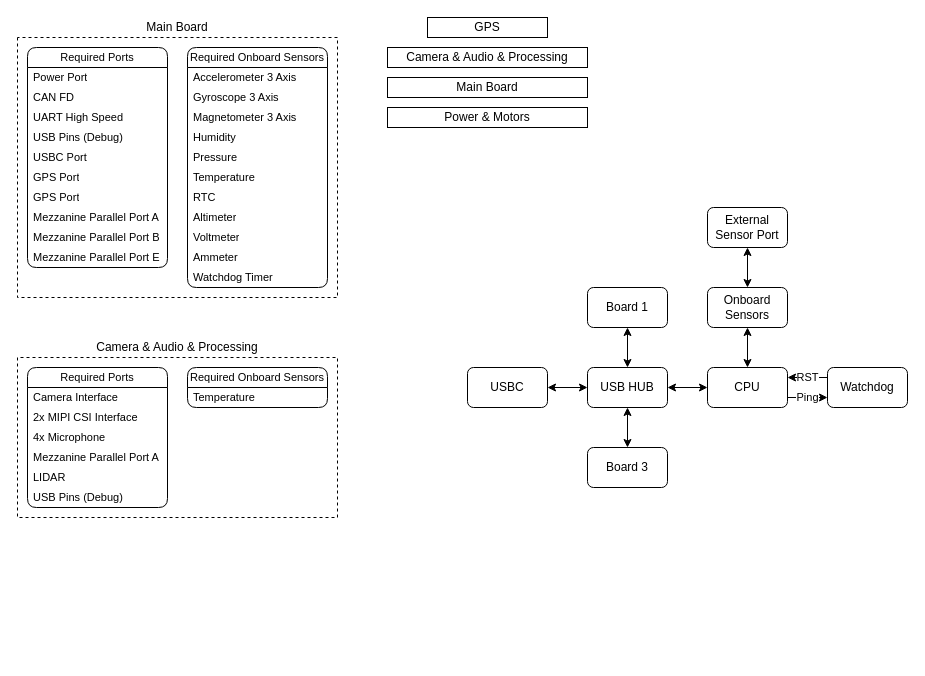
Above: page "Brainstorm" (2 of 2) of Documents/Diagram.drawio in Ornithopter-Project/Bird-Brain (draw.io), before the change. Source tidied: cells renumbered, new cells numbered last; positions are measured from the earlier drawing's top-left corner, leaving out a move shared by most shapes. Both pictures are drawn from the tidied source at 100%, with x=0, y=0 at pixel (17, 17).
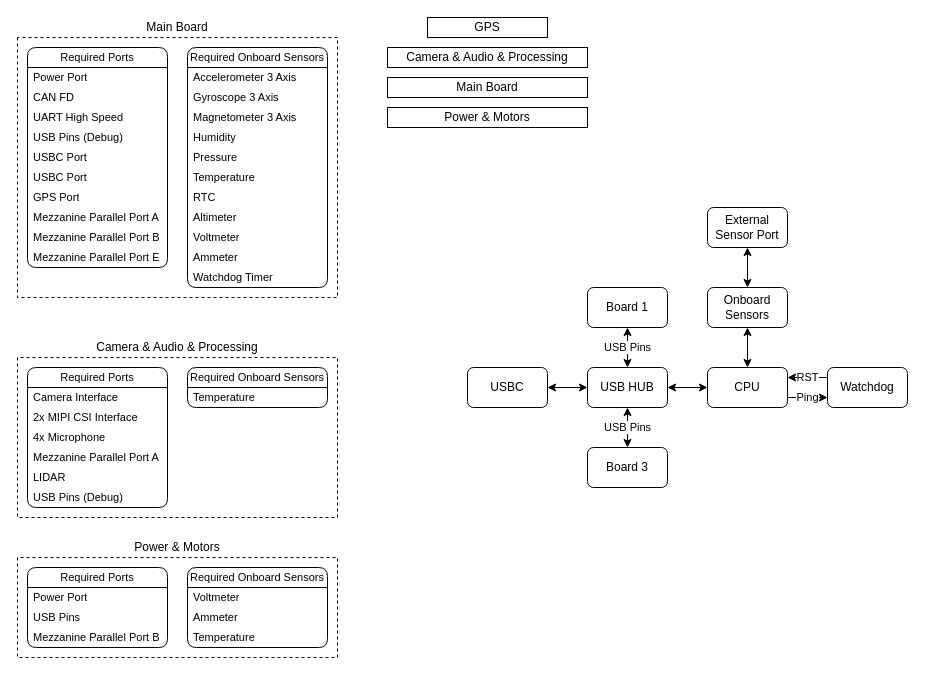
The same diagram, later.

Commit message:
Added power & motors diagram

Unchanged cells that the change refers to:
```xml
<mxCell id="2" value="Required Ports" style="swimlane;fontStyle=0;horizontal=1;startSize=20;whiteSpace=wrap;html=1;fontFamily=Helvetica;fontSize=11;fontColor=default;labelBackgroundColor=default;rounded=1;" parent="1" vertex="1">
  <mxGeometry x="10" y="30" width="140" height="220" as="geometry" />
</mxCell>
<mxCell id="52" value="USB HUB" style="rounded=1;whiteSpace=wrap;html=1;" parent="1" vertex="1">
  <mxGeometry x="570" y="350" width="80" height="40" as="geometry" />
</mxCell>
<mxCell id="53" value="Board 1" style="rounded=1;whiteSpace=wrap;html=1;" parent="1" vertex="1">
  <mxGeometry x="570" y="270" width="80" height="40" as="geometry" />
</mxCell>
<mxCell id="54" value="Board 3" style="rounded=1;whiteSpace=wrap;html=1;" parent="1" vertex="1">
  <mxGeometry x="570" y="430" width="80" height="40" as="geometry" />
</mxCell>
```

What changed in the source:
```diff
@@
+    <mxCell id="58" value="USBC Port" style="text;strokeColor=none;fillColor=none;align=left;verticalAlign=middle;spacingLeft=4;spacingRight=4;overflow=hidden;whiteSpace=wrap;html=1;fontFamily=Helvetica;fontSize=11;fontColor=default;labelBackgroundColor=default;" parent="2" vertex="1">
+      <mxGeometry y="120" width="140" height="20" as="geometry" />
+    </mxCell>
     <mxCell id="8" value="GPS Port" style="text;strokeColor=none;fillColor=none;align=left;verticalAlign=middle;spacingLeft=4;spacingRight=4;overflow=hidden;whiteSpace=wrap;html=1;fontFamily=Helvetica;fontSize=11;fontColor=default;labelBackgroundColor=default;" parent="2" vertex="1">
-      <mxGeometry y="120" width="140" height="20" as="geometry" />
+      <mxGeometry y="140" width="140" height="20" as="geometry" />
     </mxCell>
-    <mxCell id="9" value="GPS Port" style="text;strokeColor=none;fillColor=none;align=left;verticalAlign=middle;spacingLeft=4;spacingRight=4;overflow=hidden;whiteSpace=wrap;html=1;fontFamily=Helvetica;fontSize=11;fontColor=default;labelBackgroundColor=default;" parent="2" vertex="1">
-      <mxGeometry y="140" width="140" height="20" as="geometry" />
-    </mxCell>
@@
-    <mxCell id="50" style="edgeStyle=orthogonalEdgeStyle;rounded=0;jettySize=auto;html=1;exitX=0.5;exitY=0;exitDx=0;exitDy=0;entryX=0.5;entryY=1;entryDx=0;entryDy=0;startArrow=classic;startFill=1;" parent="1" edge="1" source="52" target="53">
+    <mxCell id="50" value="USB Pins" style="edgeStyle=orthogonalEdgeStyle;rounded=0;jettySize=auto;html=1;exitX=0.5;exitY=0;exitDx=0;exitDy=0;entryX=0.5;entryY=1;entryDx=0;entryDy=0;startArrow=classic;startFill=1;" parent="1" edge="1" source="52" target="53">
       <mxGeometry relative="1" as="geometry" />
     </mxCell>
-    <mxCell id="51" style="edgeStyle=orthogonalEdgeStyle;rounded=0;jettySize=auto;html=1;exitX=0.5;exitY=1;exitDx=0;exitDy=0;entryX=0.5;entryY=0;entryDx=0;entryDy=0;startArrow=classic;startFill=1;" parent="1" edge="1" source="52" target="54">
+    <mxCell id="51" value="USB Pins" style="edgeStyle=orthogonalEdgeStyle;rounded=0;jettySize=auto;html=1;exitX=0.5;exitY=1;exitDx=0;exitDy=0;entryX=0.5;entryY=0;entryDx=0;entryDy=0;startArrow=classic;startFill=1;" parent="1" edge="1" source="52" target="54">
       <mxGeometry relative="1" as="geometry" />
     </mxCell>
@@
+    <mxCell id="59" value="Required Ports" style="swimlane;fontStyle=0;horizontal=1;startSize=20;whiteSpace=wrap;html=1;fontFamily=Helvetica;fontSize=11;fontColor=default;labelBackgroundColor=default;rounded=1;" parent="1" vertex="1">
+      <mxGeometry x="10" y="550" width="140" height="80" as="geometry" />
+    </mxCell>
+    <mxCell id="60" value="Power Port" style="text;strokeColor=none;fillColor=none;align=left;verticalAlign=middle;spacingLeft=4;spacingRight=4;overflow=hidden;whiteSpace=wrap;html=1;fontFamily=Helvetica;fontSize=11;fontColor=default;labelBackgroundColor=default;" parent="59" vertex="1">
+      <mxGeometry y="20" width="140" height="20" as="geometry" />
+    </mxCell>
+    <mxCell id="61" value="USB Pins" style="text;strokeColor=none;fillColor=none;align=left;verticalAlign=middle;spacingLeft=4;spacingRight=4;overflow=hidden;whiteSpace=wrap;html=1;fontFamily=Helvetica;fontSize=11;fontColor=default;labelBackgroundColor=default;" parent="59" vertex="1">
+      <mxGeometry y="40" width="140" height="20" as="geometry" />
+    </mxCell>
+    <mxCell id="62" value="Mezzanine Parallel Port B" style="text;strokeColor=none;fillColor=none;align=left;verticalAlign=middle;spacingLeft=4;spacingRight=4;overflow=hidden;whiteSpace=wrap;html=1;fontFamily=Helvetica;fontSize=11;fontColor=default;labelBackgroundColor=default;" parent="59" vertex="1">
+      <mxGeometry y="60" width="140" height="20" as="geometry" />
+    </mxCell>
+    <mxCell id="63" value="Required Onboard Sensors" style="swimlane;fontStyle=0;horizontal=1;startSize=20;whiteSpace=wrap;html=1;fontFamily=Helvetica;fontSize=11;fontColor=default;labelBackgroundColor=default;rounded=1;" parent="1" vertex="1">
+      <mxGeometry x="170" y="550" width="140" height="80" as="geometry" />
+    </mxCell>
+    <mxCell id="64" value="Voltmeter" style="text;strokeColor=none;fillColor=none;align=left;verticalAlign=middle;spacingLeft=4;spacingRight=4;overflow=hidden;whiteSpace=wrap;html=1;fontFamily=Helvetica;fontSize=11;fontColor=default;labelBackgroundColor=default;" parent="63" vertex="1">
+      <mxGeometry y="20" width="140" height="20" as="geometry" />
+    </mxCell>
+    <mxCell id="65" value="Ammeter" style="text;strokeColor=none;fillColor=none;align=left;verticalAlign=middle;spacingLeft=4;spacingRight=4;overflow=hidden;whiteSpace=wrap;html=1;fontFamily=Helvetica;fontSize=11;fontColor=default;labelBackgroundColor=default;" parent="63" vertex="1">
+      <mxGeometry y="40" width="140" height="20" as="geometry" />
+    </mxCell>
+    <mxCell id="66" value="Temperature" style="text;strokeColor=none;fillColor=none;align=left;verticalAlign=middle;spacingLeft=4;spacingRight=4;overflow=hidden;whiteSpace=wrap;html=1;fontFamily=Helvetica;fontSize=11;fontColor=default;labelBackgroundColor=default;" parent="63" vertex="1">
+      <mxGeometry y="60" width="140" height="20" as="geometry" />
+    </mxCell>
+    <mxCell id="67" style="endArrow=none;dashed=1;html=1;rounded=0;" parent="1" edge="1">
+      <mxGeometry relative="1" as="geometry">
+        <mxPoint y="540" as="sourcePoint" />
+        <mxPoint y="540" as="targetPoint" />
+        <Array as="points">
+          <mxPoint y="640" />
+          <mxPoint x="320" y="640" />
+          <mxPoint x="320" y="540" />
+        </Array>
+      </mxGeometry>
+    </mxCell>
+    <mxCell id="68" value="Power &amp;amp; Motors" style="text;html=1;align=center;verticalAlign=middle;whiteSpace=wrap;rounded=0;" parent="1" vertex="1">
+      <mxGeometry x="110" y="520" width="100" height="20" as="geometry" />
+    </mxCell>
```
